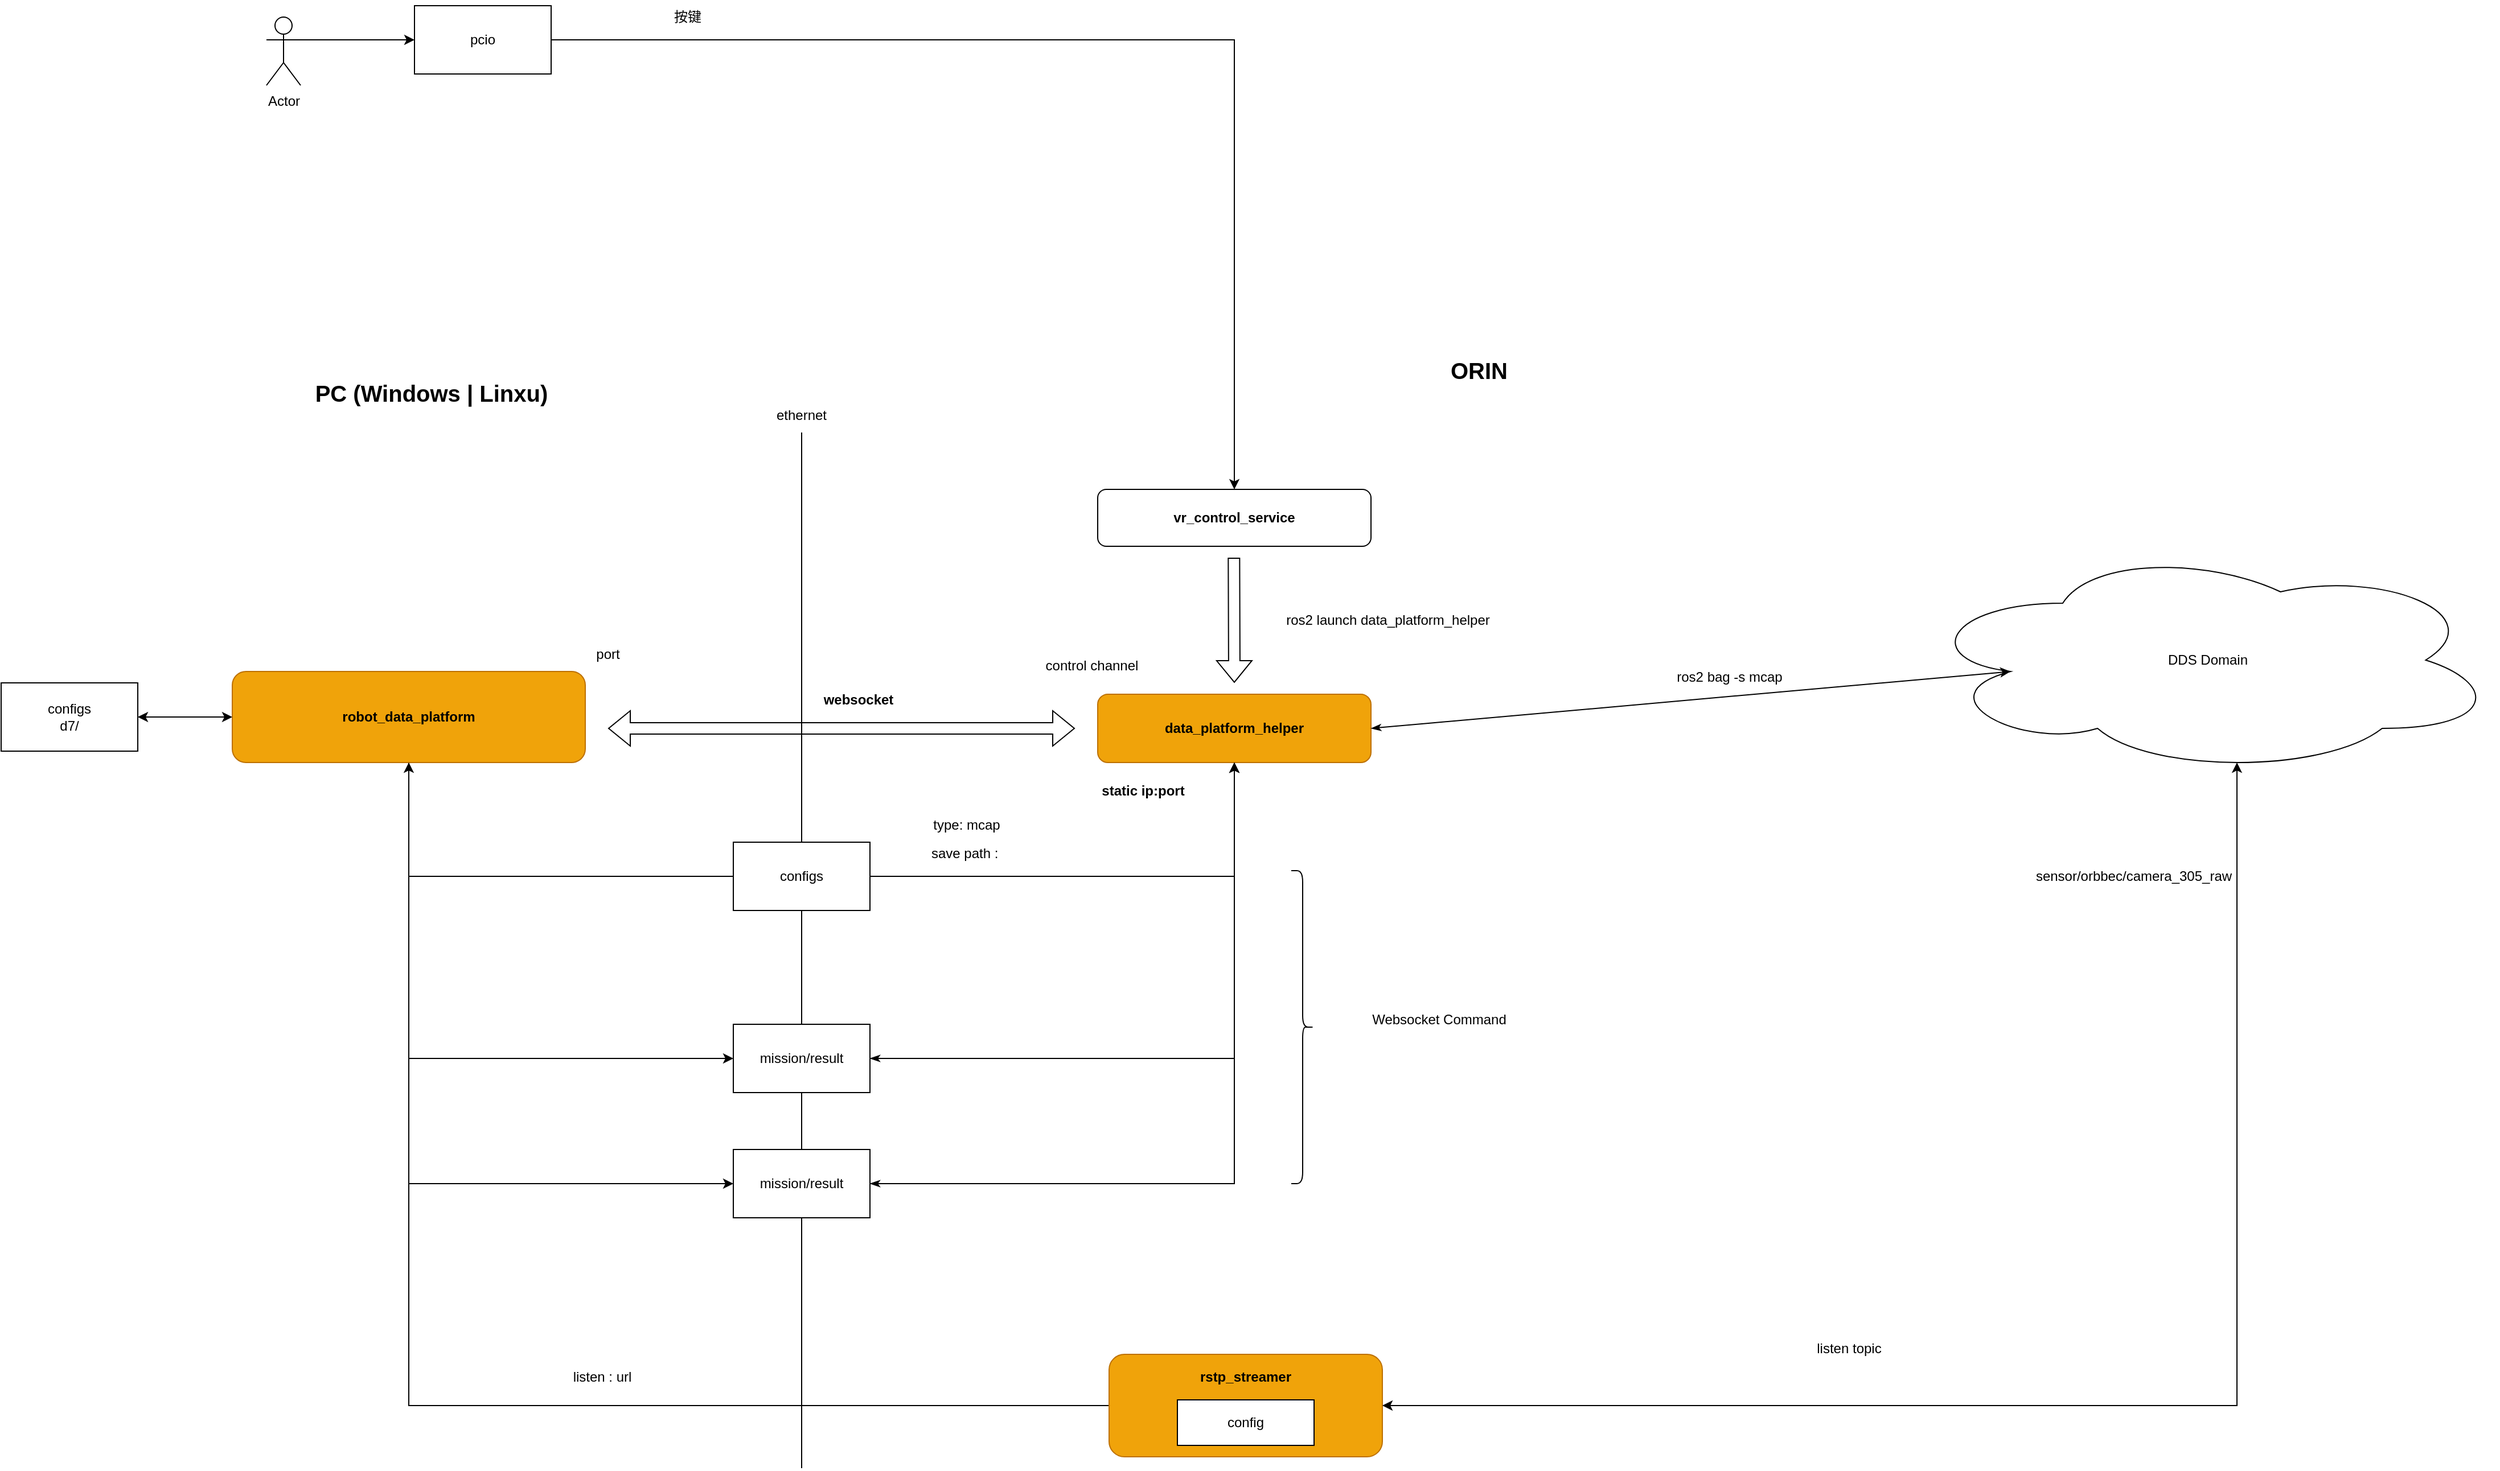
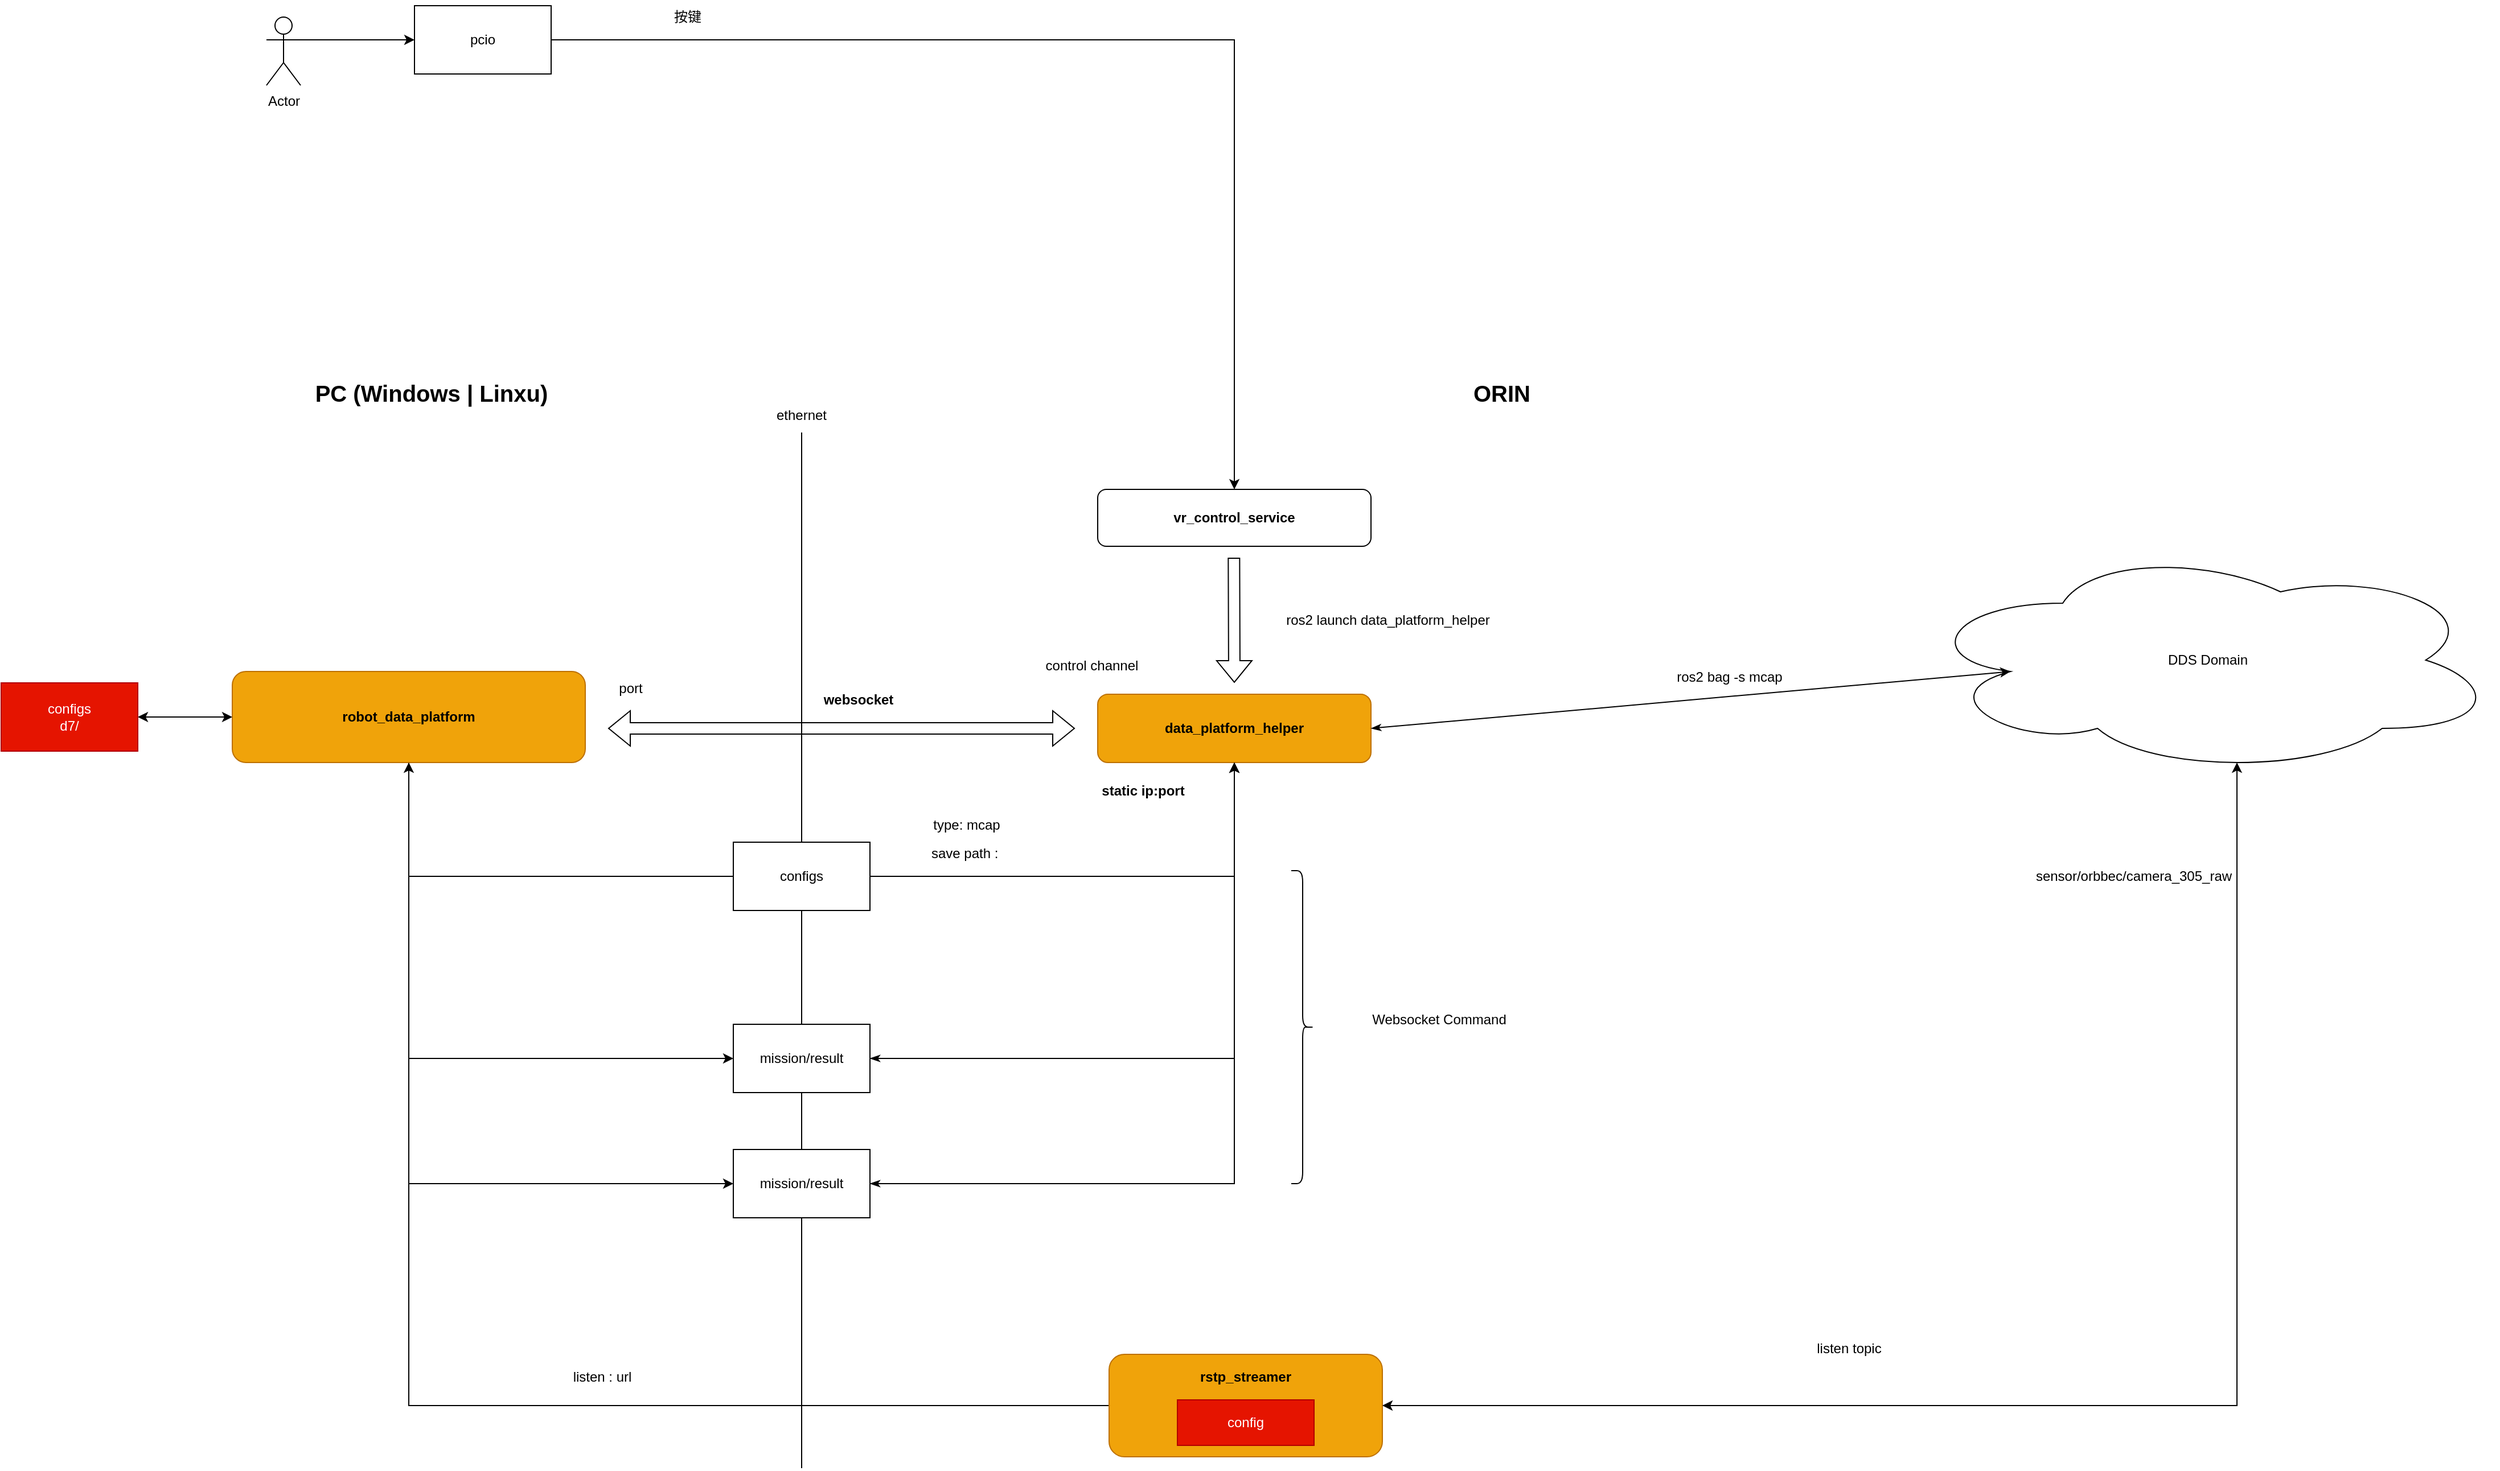
<mxfile host="app.diagrams.net" pages="3">
  <diagram name="第 1 页" id="ybuJFLsuspTRZjUBc2Sj">
-     <mxGraphModel dx="2861" dy="2249" grid="1" gridSize="10" guides="1" tooltips="1" connect="1" arrows="1" fold="1" page="1" pageScale="1" pageWidth="827" pageHeight="1169" math="0" shadow="0">
+     <mxGraphModel dx="3151" dy="2403" grid="1" gridSize="10" guides="1" tooltips="1" connect="1" arrows="1" fold="1" page="1" pageScale="1" pageWidth="827" pageHeight="1169" math="0" shadow="0">
      <root>
        <mxCell id="0" />
        <mxCell id="1" parent="0" />
        <mxCell id="PG_7JgB4xY41xIrBQNpI-2" parent="1" style="text;html=1;whiteSpace=wrap;strokeColor=none;fillColor=none;align=center;verticalAlign=middle;rounded=0;fontStyle=1;fontSize=20;" value="ORIN" vertex="1">
-           <mxGeometry height="50" width="250" x="640" y="150" as="geometry" />
+           <mxGeometry height="50" width="250" x="660" y="170" as="geometry" />
        </mxCell>
        <mxCell id="PG_7JgB4xY41xIrBQNpI-3" edge="1" parent="1" source="PG_7JgB4xY41xIrBQNpI-25" style="endArrow=none;html=1;rounded=0;" value="">
          <mxGeometry height="50" relative="1" width="50" as="geometry">
            <mxPoint x="170" y="1140" as="sourcePoint" />
            <mxPoint x="170" y="230" as="targetPoint" />
          </mxGeometry>
        </mxCell>
        <mxCell id="PG_7JgB4xY41xIrBQNpI-4" parent="1" style="rounded=1;whiteSpace=wrap;html=1;fontStyle=1;fillColor=#f0a30a;fontColor=#000000;strokeColor=#BD7000;" value="data_platform_helper" vertex="1">
          <mxGeometry height="60" width="240" x="430" y="460" as="geometry" />
        </mxCell>
        <mxCell id="PG_7JgB4xY41xIrBQNpI-6" parent="1" style="rounded=1;whiteSpace=wrap;html=1;fontStyle=1" value="vr_control_service" vertex="1">
          <mxGeometry height="50" width="240" x="430" y="280" as="geometry" />
        </mxCell>
        <mxCell id="PG_7JgB4xY41xIrBQNpI-26" edge="1" parent="1" source="PG_7JgB4xY41xIrBQNpI-7" style="edgeStyle=orthogonalEdgeStyle;rounded=0;orthogonalLoop=1;jettySize=auto;html=1;exitX=0.5;exitY=1;exitDx=0;exitDy=0;entryX=0.5;entryY=1;entryDx=0;entryDy=0;" target="PG_7JgB4xY41xIrBQNpI-4">
          <mxGeometry relative="1" as="geometry">
            <Array as="points">
              <mxPoint x="-175" y="620" />
              <mxPoint x="550" y="620" />
            </Array>
            <mxPoint x="380" y="730" as="targetPoint" />
          </mxGeometry>
        </mxCell>
        <mxCell id="PG_7JgB4xY41xIrBQNpI-33" edge="1" parent="1" source="PG_7JgB4xY41xIrBQNpI-7" style="edgeStyle=orthogonalEdgeStyle;rounded=0;orthogonalLoop=1;jettySize=auto;html=1;exitX=0.5;exitY=1;exitDx=0;exitDy=0;entryX=0;entryY=0.5;entryDx=0;entryDy=0;" target="PG_7JgB4xY41xIrBQNpI-32">
          <mxGeometry relative="1" as="geometry" />
        </mxCell>
        <mxCell id="PG_7JgB4xY41xIrBQNpI-48" edge="1" parent="1" source="PG_7JgB4xY41xIrBQNpI-7" style="edgeStyle=orthogonalEdgeStyle;rounded=0;orthogonalLoop=1;jettySize=auto;html=1;exitX=0.5;exitY=1;exitDx=0;exitDy=0;entryX=0;entryY=0.5;entryDx=0;entryDy=0;" target="PG_7JgB4xY41xIrBQNpI-38">
          <mxGeometry relative="1" as="geometry" />
        </mxCell>
        <mxCell id="PG_7JgB4xY41xIrBQNpI-7" parent="1" style="rounded=1;whiteSpace=wrap;html=1;fontStyle=1;fillColor=#f0a30a;fontColor=#000000;strokeColor=#BD7000;" value="robot_data_platform" vertex="1">
          <mxGeometry height="80" width="310" x="-330" y="440" as="geometry" />
        </mxCell>
        <mxCell id="PG_7JgB4xY41xIrBQNpI-8" parent="1" style="text;html=1;whiteSpace=wrap;strokeColor=none;fillColor=none;align=center;verticalAlign=middle;rounded=0;fontStyle=1;fontSize=20;" value="PC (Windows | Linxu)" vertex="1">
          <mxGeometry height="50" width="250" x="-280" y="170" as="geometry" />
        </mxCell>
        <mxCell id="PG_7JgB4xY41xIrBQNpI-10" edge="1" parent="1" style="shape=flexArrow;endArrow=classic;startArrow=classic;html=1;rounded=0;" value="">
          <mxGeometry height="100" relative="1" width="100" as="geometry">
            <mxPoint y="490" as="sourcePoint" />
            <mxPoint x="410" y="490" as="targetPoint" />
          </mxGeometry>
        </mxCell>
        <mxCell id="PG_7JgB4xY41xIrBQNpI-12" edge="1" parent="1" style="shape=flexArrow;endArrow=classic;html=1;rounded=0;" value="">
          <mxGeometry height="50" relative="1" width="50" as="geometry">
            <mxPoint x="549.66" y="340" as="sourcePoint" />
            <mxPoint x="550" y="450" as="targetPoint" />
          </mxGeometry>
        </mxCell>
        <mxCell id="PG_7JgB4xY41xIrBQNpI-13" parent="1" style="text;html=1;whiteSpace=wrap;strokeColor=none;fillColor=none;align=center;verticalAlign=middle;rounded=0;fontStyle=1" value="websocket" vertex="1">
          <mxGeometry height="30" width="80" x="180" y="450" as="geometry" />
        </mxCell>
        <mxCell id="PG_7JgB4xY41xIrBQNpI-14" parent="1" style="text;html=1;whiteSpace=wrap;strokeColor=none;fillColor=none;align=center;verticalAlign=middle;rounded=0;" value="ethernet" vertex="1">
          <mxGeometry height="30" width="60" x="140" y="200" as="geometry" />
        </mxCell>
        <mxCell id="PG_7JgB4xY41xIrBQNpI-18" edge="1" parent="1" source="PG_7JgB4xY41xIrBQNpI-15" style="edgeStyle=orthogonalEdgeStyle;rounded=0;orthogonalLoop=1;jettySize=auto;html=1;exitX=1;exitY=0.3333333333333333;exitDx=0;exitDy=0;exitPerimeter=0;entryX=0;entryY=0.5;entryDx=0;entryDy=0;" target="PG_7JgB4xY41xIrBQNpI-16">
          <mxGeometry relative="1" as="geometry" />
        </mxCell>
        <mxCell id="PG_7JgB4xY41xIrBQNpI-15" parent="1" style="shape=umlActor;verticalLabelPosition=bottom;verticalAlign=top;html=1;outlineConnect=0;" value="Actor" vertex="1">
          <mxGeometry height="60" width="30" x="-300" y="-135" as="geometry" />
        </mxCell>
        <mxCell id="PG_7JgB4xY41xIrBQNpI-19" edge="1" parent="1" source="PG_7JgB4xY41xIrBQNpI-16" style="edgeStyle=orthogonalEdgeStyle;rounded=0;orthogonalLoop=1;jettySize=auto;html=1;exitX=1;exitY=0.5;exitDx=0;exitDy=0;entryX=0.5;entryY=0;entryDx=0;entryDy=0;" target="PG_7JgB4xY41xIrBQNpI-6">
          <mxGeometry relative="1" as="geometry" />
        </mxCell>
        <mxCell id="PG_7JgB4xY41xIrBQNpI-16" parent="1" style="whiteSpace=wrap;html=1;" value="pcio" vertex="1">
          <mxGeometry height="60" width="120" x="-170" y="-145" as="geometry" />
        </mxCell>
        <mxCell id="PG_7JgB4xY41xIrBQNpI-20" parent="1" style="text;html=1;whiteSpace=wrap;strokeColor=none;fillColor=none;align=center;verticalAlign=middle;rounded=0;" value="ros2 launch data_platform_helper" vertex="1">
          <mxGeometry height="30" width="230" x="570" y="380" as="geometry" />
        </mxCell>
        <mxCell id="PG_7JgB4xY41xIrBQNpI-21" parent="1" style="text;html=1;whiteSpace=wrap;strokeColor=none;fillColor=none;align=center;verticalAlign=middle;rounded=0;" value="control channel" vertex="1">
          <mxGeometry height="30" width="110" x="370" y="420" as="geometry" />
        </mxCell>
        <mxCell id="PG_7JgB4xY41xIrBQNpI-22" parent="1" style="text;html=1;whiteSpace=wrap;strokeColor=none;fillColor=none;align=center;verticalAlign=middle;rounded=0;" value="port" vertex="1">
-           <mxGeometry height="30" width="60" x="-30" y="410" as="geometry" />
+           <mxGeometry height="30" width="60" x="-10" y="440" as="geometry" />
        </mxCell>
        <mxCell id="PG_7JgB4xY41xIrBQNpI-23" parent="1" style="text;html=1;whiteSpace=wrap;strokeColor=none;fillColor=none;align=center;verticalAlign=middle;rounded=0;fontStyle=1" value="static ip:port" vertex="1">
          <mxGeometry height="30" width="100" x="420" y="530" as="geometry" />
        </mxCell>
        <mxCell id="PG_7JgB4xY41xIrBQNpI-29" parent="1" style="text;html=1;whiteSpace=wrap;strokeColor=none;fillColor=none;align=center;verticalAlign=middle;rounded=0;" value="listen topic" vertex="1">
          <mxGeometry height="50" width="200" x="990" y="1010" as="geometry" />
        </mxCell>
        <mxCell id="PG_7JgB4xY41xIrBQNpI-31" parent="1" style="ellipse;shape=cloud;whiteSpace=wrap;html=1;align=center;" value="DDS Domain" vertex="1">
          <mxGeometry height="200" width="510" x="1150" y="330" as="geometry" />
        </mxCell>
        <mxCell id="PG_7JgB4xY41xIrBQNpI-34" edge="1" parent="1" source="PG_7JgB4xY41xIrBQNpI-32" style="edgeStyle=orthogonalEdgeStyle;rounded=0;orthogonalLoop=1;jettySize=auto;html=1;exitX=1;exitY=0.5;exitDx=0;exitDy=0;entryX=0.5;entryY=1;entryDx=0;entryDy=0;startArrow=classicThin;startFill=1;" target="PG_7JgB4xY41xIrBQNpI-4">
          <mxGeometry relative="1" as="geometry" />
        </mxCell>
        <mxCell id="PG_7JgB4xY41xIrBQNpI-35" edge="1" parent="1" source="PG_7JgB4xY41xIrBQNpI-4" style="endArrow=classic;html=1;rounded=0;exitX=1;exitY=0.5;exitDx=0;exitDy=0;entryX=0.16;entryY=0.55;entryDx=0;entryDy=0;entryPerimeter=0;startArrow=classicThin;startFill=1;" target="PG_7JgB4xY41xIrBQNpI-31" value="">
          <mxGeometry height="50" relative="1" width="50" as="geometry">
            <mxPoint x="810" y="570" as="sourcePoint" />
            <mxPoint x="1326" y="490" as="targetPoint" />
          </mxGeometry>
        </mxCell>
        <mxCell id="PG_7JgB4xY41xIrBQNpI-36" parent="1" style="text;html=1;whiteSpace=wrap;strokeColor=none;fillColor=none;align=center;verticalAlign=middle;rounded=0;" value="ros2 bag -s mcap" vertex="1">
          <mxGeometry height="30" width="130" x="920" y="430" as="geometry" />
        </mxCell>
        <mxCell id="PG_7JgB4xY41xIrBQNpI-37" parent="1" style="text;html=1;whiteSpace=wrap;strokeColor=none;fillColor=none;align=center;verticalAlign=middle;rounded=0;" value="save path :&amp;nbsp;" vertex="1">
          <mxGeometry height="30" width="130" x="250" y="585" as="geometry" />
        </mxCell>
        <mxCell id="PG_7JgB4xY41xIrBQNpI-40" edge="1" parent="1" source="PG_7JgB4xY41xIrBQNpI-39" style="edgeStyle=orthogonalEdgeStyle;rounded=0;orthogonalLoop=1;jettySize=auto;html=1;startArrow=classic;startFill=1;" target="PG_7JgB4xY41xIrBQNpI-7" value="">
          <mxGeometry relative="1" as="geometry" />
        </mxCell>
-         <mxCell id="PG_7JgB4xY41xIrBQNpI-39" parent="1" style="whiteSpace=wrap;html=1;" value="configs&lt;br&gt;d7/" vertex="1">
+         <mxCell id="PG_7JgB4xY41xIrBQNpI-39" parent="1" style="whiteSpace=wrap;html=1;fillColor=#e51400;fontColor=#ffffff;strokeColor=#B20000;" value="configs&lt;br&gt;d7/" vertex="1">
          <mxGeometry height="60" width="120" x="-533" y="450" as="geometry" />
        </mxCell>
        <mxCell id="PG_7JgB4xY41xIrBQNpI-41" edge="1" parent="1" style="endArrow=none;html=1;rounded=0;" target="PG_7JgB4xY41xIrBQNpI-25" value="">
          <mxGeometry height="50" relative="1" width="50" as="geometry">
            <mxPoint x="170" y="1140" as="sourcePoint" />
            <mxPoint x="170" y="230" as="targetPoint" />
          </mxGeometry>
        </mxCell>
        <mxCell id="PG_7JgB4xY41xIrBQNpI-25" parent="1" style="whiteSpace=wrap;html=1;" value="configs" vertex="1">
          <mxGeometry height="60" width="120" x="110" y="590" as="geometry" />
        </mxCell>
        <mxCell id="PG_7JgB4xY41xIrBQNpI-32" parent="1" style="rounded=0;whiteSpace=wrap;html=1;" value="mission/result" vertex="1">
          <mxGeometry height="60" width="120" x="110" y="750" as="geometry" />
        </mxCell>
        <mxCell id="PG_7JgB4xY41xIrBQNpI-49" edge="1" parent="1" source="PG_7JgB4xY41xIrBQNpI-38" style="edgeStyle=orthogonalEdgeStyle;rounded=0;orthogonalLoop=1;jettySize=auto;html=1;exitX=1;exitY=0.5;exitDx=0;exitDy=0;entryX=0.5;entryY=1;entryDx=0;entryDy=0;startArrow=classicThin;startFill=1;" target="PG_7JgB4xY41xIrBQNpI-4">
          <mxGeometry relative="1" as="geometry" />
        </mxCell>
        <mxCell id="PG_7JgB4xY41xIrBQNpI-38" parent="1" style="rounded=0;whiteSpace=wrap;html=1;" value="mission/result" vertex="1">
          <mxGeometry height="60" width="120" x="110" y="860" as="geometry" />
        </mxCell>
        <mxCell id="PG_7JgB4xY41xIrBQNpI-42" parent="1" style="text;html=1;whiteSpace=wrap;strokeColor=none;fillColor=none;align=center;verticalAlign=middle;rounded=0;" value="按键" vertex="1">
          <mxGeometry height="30" width="60" x="40" y="-150" as="geometry" />
        </mxCell>
        <mxCell id="PG_7JgB4xY41xIrBQNpI-44" edge="1" parent="1" source="PG_7JgB4xY41xIrBQNpI-43" style="edgeStyle=orthogonalEdgeStyle;rounded=0;orthogonalLoop=1;jettySize=auto;html=1;exitX=0;exitY=0.5;exitDx=0;exitDy=0;entryX=0.5;entryY=1;entryDx=0;entryDy=0;strokeColor=light-dark(#000000,#FF0D0D);" target="PG_7JgB4xY41xIrBQNpI-7">
          <mxGeometry relative="1" as="geometry" />
        </mxCell>
        <mxCell id="PG_7JgB4xY41xIrBQNpI-43" parent="1" style="rounded=1;whiteSpace=wrap;html=1;fontStyle=1;fillColor=#f0a30a;fontColor=#000000;strokeColor=#BD7000;" value="" vertex="1">
          <mxGeometry height="90" width="240" x="440" y="1040" as="geometry" />
        </mxCell>
        <mxCell id="PG_7JgB4xY41xIrBQNpI-45" edge="1" parent="1" source="PG_7JgB4xY41xIrBQNpI-43" style="edgeStyle=orthogonalEdgeStyle;rounded=0;orthogonalLoop=1;jettySize=auto;html=1;exitX=1;exitY=0.5;exitDx=0;exitDy=0;entryX=0.55;entryY=0.95;entryDx=0;entryDy=0;entryPerimeter=0;startArrow=classic;startFill=1;strokeColor=light-dark(#000000,#FF0D0D);" target="PG_7JgB4xY41xIrBQNpI-31">
          <mxGeometry relative="1" as="geometry" />
        </mxCell>
        <mxCell id="PG_7JgB4xY41xIrBQNpI-53" parent="1" style="text;html=1;whiteSpace=wrap;strokeColor=none;fillColor=none;align=center;verticalAlign=middle;rounded=0;" value="type: mcap" vertex="1">
          <mxGeometry height="30" width="120" x="255" y="560" as="geometry" />
        </mxCell>
        <mxCell id="PG_7JgB4xY41xIrBQNpI-54" parent="1" style="text;html=1;whiteSpace=wrap;strokeColor=none;fillColor=none;align=center;verticalAlign=middle;rounded=0;" value="listen : url" vertex="1">
          <mxGeometry height="40" width="90" x="-50" y="1040" as="geometry" />
        </mxCell>
        <mxCell id="PG_7JgB4xY41xIrBQNpI-55" parent="1" style="text;html=1;whiteSpace=wrap;strokeColor=none;fillColor=none;align=center;verticalAlign=middle;rounded=0;" value="sensor/orbbec/camera_305_raw" vertex="1">
          <mxGeometry height="40" width="180" x="1250" y="600" as="geometry" />
        </mxCell>
-         <mxCell id="PG_7JgB4xY41xIrBQNpI-56" parent="1" style="whiteSpace=wrap;html=1;" value="config" vertex="1">
+         <mxCell id="PG_7JgB4xY41xIrBQNpI-56" parent="1" style="whiteSpace=wrap;html=1;fillColor=#e51400;strokeColor=#B20000;fontColor=#ffffff;" value="config" vertex="1">
          <mxGeometry height="40" width="120" x="500" y="1080" as="geometry" />
        </mxCell>
        <mxCell id="PG_7JgB4xY41xIrBQNpI-60" parent="1" style="text;html=1;whiteSpace=wrap;strokeColor=none;fillColor=none;align=center;verticalAlign=middle;rounded=0;fontStyle=1" value="rstp_streamer" vertex="1">
          <mxGeometry height="40" width="130" x="495" y="1040" as="geometry" />
        </mxCell>
        <mxCell id="PG_7JgB4xY41xIrBQNpI-62" parent="1" style="shape=curlyBracket;whiteSpace=wrap;html=1;rounded=1;flipH=1;labelPosition=right;verticalLabelPosition=middle;align=left;verticalAlign=middle;legacyAnchorPoints=0;" value="" vertex="1">
          <mxGeometry height="275" width="20" x="600" y="615" as="geometry" />
        </mxCell>
        <mxCell id="PG_7JgB4xY41xIrBQNpI-63" parent="1" style="text;html=1;whiteSpace=wrap;strokeColor=none;fillColor=none;align=center;verticalAlign=middle;rounded=0;" value="Websocket Command&lt;div&gt;&lt;br/&gt;&lt;/div&gt;" vertex="1">
          <mxGeometry height="100" width="210" x="625" y="702.5" as="geometry" />
        </mxCell>
      </root>
    </mxGraphModel>
  </diagram>
  <diagram id="C2RJiwCUZVhcvyhSZs5A" name="第 3 页">
    <mxGraphModel dx="1627" dy="864" grid="1" gridSize="10" guides="1" tooltips="1" connect="1" arrows="1" fold="1" page="1" pageScale="1" pageWidth="827" pageHeight="1169" math="0" shadow="0">
      <root>
        <mxCell id="0" />
        <mxCell id="1" parent="0" />
        <mxCell id="j8dts64Tx0EwtBQiD4Xl-1" parent="1" style="rounded=1;whiteSpace=wrap;html=1;fontStyle=0;fillColor=#f0a30a;fontColor=#000000;strokeColor=#BD7000;" value="robot_data_platform" vertex="1">
          <mxGeometry height="80" width="680" x="90" y="200" as="geometry" />
        </mxCell>
        <mxCell id="j8dts64Tx0EwtBQiD4Xl-2" parent="1" style="rounded=1;whiteSpace=wrap;html=1;fontStyle=0" value="UI" vertex="1">
          <mxGeometry height="550" width="120" x="90" y="300" as="geometry" />
        </mxCell>
        <mxCell id="j8dts64Tx0EwtBQiD4Xl-3" parent="1" style="rounded=1;whiteSpace=wrap;html=1;fontStyle=0" value="数据采集" vertex="1">
          <mxGeometry height="120" width="360" x="250" y="300" as="geometry" />
        </mxCell>
        <mxCell id="j8dts64Tx0EwtBQiD4Xl-4" parent="1" style="rounded=1;whiteSpace=wrap;html=1;fontStyle=0;fillColor=#f8cecc;strokeColor=#b85450;" value="数据预览&lt;div&gt;url&lt;/div&gt;" vertex="1">
          <mxGeometry height="120" width="360" x="250" y="440" as="geometry" />
        </mxCell>
        <mxCell id="j8dts64Tx0EwtBQiD4Xl-5" parent="1" style="rounded=1;whiteSpace=wrap;html=1;fontStyle=0" value="WebSocket" vertex="1">
          <mxGeometry height="550" width="120" x="650" y="300" as="geometry" />
        </mxCell>
        <mxCell id="j8dts64Tx0EwtBQiD4Xl-6" parent="1" style="text;html=1;whiteSpace=wrap;strokeColor=none;fillColor=none;align=center;verticalAlign=middle;rounded=0;fontStyle=0" value="html" vertex="1">
          <mxGeometry height="50" width="60" x="120" y="800" as="geometry" />
        </mxCell>
        <mxCell id="j8dts64Tx0EwtBQiD4Xl-7" parent="1" style="rounded=1;whiteSpace=wrap;html=1;fontStyle=0" value="数据回放" vertex="1">
          <mxGeometry height="120" width="360" x="250" y="720" as="geometry" />
        </mxCell>
        <mxCell id="j8dts64Tx0EwtBQiD4Xl-8" parent="1" style="text;html=1;whiteSpace=wrap;strokeColor=none;fillColor=none;align=center;verticalAlign=middle;rounded=0;fontStyle=0" value="&lt;font style=&quot;font-size: 26px;&quot;&gt;...&lt;/font&gt;" vertex="1">
          <mxGeometry height="60" width="110" x="374" y="610" as="geometry" />
        </mxCell>
+         <mxCell id="j8dts64Tx0EwtBQiD4Xl-10" parent="1" style="text;html=1;whiteSpace=wrap;strokeColor=none;fillColor=none;align=center;verticalAlign=middle;rounded=0;" value="third_party : websocket&lt;div&gt;选择编译器: msvc, mingw64, clang&lt;br&gt;&lt;br&gt;编译时, 需要根据系统类型,选择对应的库&lt;/div&gt;" vertex="1">
+           <mxGeometry height="80" width="320" x="550" y="890" as="geometry" />
+         </mxCell>
      </root>
    </mxGraphModel>
  </diagram>
  <diagram id="ERyvKfnW-TPwMhuBreaX" name="第 2 页">
-     <mxGraphModel dx="1122" dy="596" grid="1" gridSize="10" guides="1" tooltips="1" connect="1" arrows="1" fold="1" page="1" pageScale="1" pageWidth="827" pageHeight="1169" math="0" shadow="0">
+     <mxGraphModel dx="1914" dy="1016" grid="1" gridSize="10" guides="1" tooltips="1" connect="1" arrows="1" fold="1" page="1" pageScale="1" pageWidth="827" pageHeight="1169" math="0" shadow="0">
      <root>
        <mxCell id="0" />
        <mxCell id="1" parent="0" />
-         <mxCell id="Lt_kapkQ0GCsb_hZqIK--1" parent="1" style="rounded=1;whiteSpace=wrap;html=1;" value="" vertex="1">
-           <mxGeometry height="60" width="120" x="40" y="280" as="geometry" />
+         <mxCell id="NmLRNJMx1JGBUZRl9U11-1" parent="1" style="text;html=1;whiteSpace=wrap;strokeColor=none;fillColor=none;align=center;verticalAlign=middle;rounded=0;fontStyle=1;fontSize=20;" value="ORIN" vertex="1">
+           <mxGeometry height="50" width="250" x="1513" y="840" as="geometry" />
+         </mxCell>
+         <mxCell id="NmLRNJMx1JGBUZRl9U11-2" edge="1" parent="1" source="NmLRNJMx1JGBUZRl9U11-31" style="endArrow=none;html=1;rounded=0;" value="">
+           <mxGeometry height="50" relative="1" width="50" as="geometry">
+             <mxPoint x="1023" y="1810" as="sourcePoint" />
+             <mxPoint x="1023" y="900" as="targetPoint" />
+           </mxGeometry>
+         </mxCell>
+         <mxCell id="NmLRNJMx1JGBUZRl9U11-3" parent="1" style="rounded=1;whiteSpace=wrap;html=1;fontStyle=1;fillColor=#f0a30a;fontColor=#000000;strokeColor=#BD7000;" value="data_platform_helper" vertex="1">
+           <mxGeometry height="60" width="240" x="1283" y="1130" as="geometry" />
+         </mxCell>
+         <mxCell id="NmLRNJMx1JGBUZRl9U11-4" parent="1" style="rounded=1;whiteSpace=wrap;html=1;fontStyle=1" value="vr_control_service" vertex="1">
+           <mxGeometry height="50" width="240" x="1283" y="950" as="geometry" />
+         </mxCell>
+         <mxCell id="NmLRNJMx1JGBUZRl9U11-8" parent="1" style="rounded=1;whiteSpace=wrap;html=1;fontStyle=1;fillColor=#f0a30a;fontColor=#000000;strokeColor=#BD7000;" value="robot_data_platform" vertex="1">
+           <mxGeometry height="90" width="507" x="220" y="960" as="geometry" />
+         </mxCell>
+         <mxCell id="NmLRNJMx1JGBUZRl9U11-9" parent="1" style="text;html=1;whiteSpace=wrap;strokeColor=none;fillColor=none;align=center;verticalAlign=middle;rounded=0;fontStyle=1;fontSize=20;" value="PC (Windows | Linxu)" vertex="1">
+           <mxGeometry height="50" width="250" x="370" y="830" as="geometry" />
+         </mxCell>
+         <mxCell id="NmLRNJMx1JGBUZRl9U11-10" edge="1" parent="1" style="shape=flexArrow;endArrow=classic;startArrow=classic;html=1;rounded=0;" value="">
+           <mxGeometry height="100" relative="1" width="100" as="geometry">
+             <mxPoint x="853" y="1160" as="sourcePoint" />
+             <mxPoint x="1263" y="1160" as="targetPoint" />
+           </mxGeometry>
+         </mxCell>
+         <mxCell id="NmLRNJMx1JGBUZRl9U11-11" edge="1" parent="1" style="shape=flexArrow;endArrow=classic;html=1;rounded=0;" value="">
+           <mxGeometry height="50" relative="1" width="50" as="geometry">
+             <mxPoint x="1402.6599999999999" y="1010" as="sourcePoint" />
+             <mxPoint x="1403" y="1120" as="targetPoint" />
+           </mxGeometry>
+         </mxCell>
+         <mxCell id="NmLRNJMx1JGBUZRl9U11-12" parent="1" style="text;html=1;whiteSpace=wrap;strokeColor=none;fillColor=none;align=center;verticalAlign=middle;rounded=0;fontStyle=1" value="websocket" vertex="1">
+           <mxGeometry height="30" width="80" x="1033" y="1120" as="geometry" />
+         </mxCell>
+         <mxCell id="NmLRNJMx1JGBUZRl9U11-18" parent="1" style="text;html=1;whiteSpace=wrap;strokeColor=none;fillColor=none;align=center;verticalAlign=middle;rounded=0;" value="ros2 launch data_platform_helper" vertex="1">
+           <mxGeometry height="30" width="230" x="1423" y="1050" as="geometry" />
+         </mxCell>
+         <mxCell id="NmLRNJMx1JGBUZRl9U11-19" parent="1" style="text;html=1;whiteSpace=wrap;strokeColor=none;fillColor=none;align=center;verticalAlign=middle;rounded=0;" value="control channel" vertex="1">
+           <mxGeometry height="30" width="110" x="1223" y="1090" as="geometry" />
+         </mxCell>
+         <mxCell id="NmLRNJMx1JGBUZRl9U11-20" parent="1" style="text;html=1;whiteSpace=wrap;strokeColor=none;fillColor=none;align=center;verticalAlign=middle;rounded=0;" value="port" vertex="1">
+           <mxGeometry height="30" width="60" x="843" y="1110" as="geometry" />
+         </mxCell>
+         <mxCell id="NmLRNJMx1JGBUZRl9U11-21" parent="1" style="text;html=1;whiteSpace=wrap;strokeColor=none;fillColor=none;align=center;verticalAlign=middle;rounded=0;fontStyle=1" value="static ip:port" vertex="1">
+           <mxGeometry height="30" width="100" x="1273" y="1200" as="geometry" />
+         </mxCell>
+         <mxCell id="NmLRNJMx1JGBUZRl9U11-22" parent="1" style="text;html=1;whiteSpace=wrap;strokeColor=none;fillColor=none;align=center;verticalAlign=middle;rounded=0;" value="listen topic" vertex="1">
+           <mxGeometry height="50" width="200" x="1843" y="1680" as="geometry" />
+         </mxCell>
+         <mxCell id="NmLRNJMx1JGBUZRl9U11-23" parent="1" style="ellipse;shape=cloud;whiteSpace=wrap;html=1;align=center;" value="DDS Domain" vertex="1">
+           <mxGeometry height="200" width="510" x="2003" y="1000" as="geometry" />
+         </mxCell>
+         <mxCell id="NmLRNJMx1JGBUZRl9U11-25" edge="1" parent="1" source="NmLRNJMx1JGBUZRl9U11-3" style="endArrow=classic;html=1;rounded=0;exitX=1;exitY=0.5;exitDx=0;exitDy=0;entryX=0.16;entryY=0.55;entryDx=0;entryDy=0;entryPerimeter=0;startArrow=classicThin;startFill=1;" target="NmLRNJMx1JGBUZRl9U11-23" value="">
+           <mxGeometry height="50" relative="1" width="50" as="geometry">
+             <mxPoint x="1663" y="1240" as="sourcePoint" />
+             <mxPoint x="2179" y="1160" as="targetPoint" />
+           </mxGeometry>
+         </mxCell>
+         <mxCell id="NmLRNJMx1JGBUZRl9U11-26" parent="1" style="text;html=1;whiteSpace=wrap;strokeColor=none;fillColor=none;align=center;verticalAlign=middle;rounded=0;" value="ros2 bag -s mcap" vertex="1">
+           <mxGeometry height="30" width="130" x="1773" y="1100" as="geometry" />
+         </mxCell>
+         <mxCell id="NmLRNJMx1JGBUZRl9U11-27" parent="1" style="text;html=1;whiteSpace=wrap;strokeColor=none;fillColor=none;align=center;verticalAlign=middle;rounded=0;" value="save path :&amp;nbsp;" vertex="1">
+           <mxGeometry height="30" width="130" x="1103" y="1255" as="geometry" />
+         </mxCell>
+         <mxCell id="NmLRNJMx1JGBUZRl9U11-30" edge="1" parent="1" style="endArrow=none;html=1;rounded=0;" target="NmLRNJMx1JGBUZRl9U11-31" value="">
+           <mxGeometry height="50" relative="1" width="50" as="geometry">
+             <mxPoint x="1023" y="1810" as="sourcePoint" />
+             <mxPoint x="1023" y="900" as="targetPoint" />
+           </mxGeometry>
+         </mxCell>
+         <mxCell id="NmLRNJMx1JGBUZRl9U11-31" parent="1" style="whiteSpace=wrap;html=1;" value="configs" vertex="1">
+           <mxGeometry height="60" width="120" x="963" y="1260" as="geometry" />
+         </mxCell>
+         <mxCell id="NmLRNJMx1JGBUZRl9U11-32" parent="1" style="rounded=0;whiteSpace=wrap;html=1;" value="mission/result" vertex="1">
+           <mxGeometry height="60" width="120" x="963" y="1420" as="geometry" />
+         </mxCell>
+         <mxCell id="NmLRNJMx1JGBUZRl9U11-34" parent="1" style="rounded=0;whiteSpace=wrap;html=1;" value="mission/result" vertex="1">
+           <mxGeometry height="60" width="120" x="963" y="1530" as="geometry" />
+         </mxCell>
+         <mxCell id="NmLRNJMx1JGBUZRl9U11-37" parent="1" style="rounded=1;whiteSpace=wrap;html=1;fontStyle=1;fillColor=#f0a30a;fontColor=#000000;strokeColor=#BD7000;" value="" vertex="1">
+           <mxGeometry height="90" width="240" x="1293" y="1710" as="geometry" />
+         </mxCell>
+         <mxCell id="NmLRNJMx1JGBUZRl9U11-38" edge="1" parent="1" source="NmLRNJMx1JGBUZRl9U11-37" style="edgeStyle=orthogonalEdgeStyle;rounded=0;orthogonalLoop=1;jettySize=auto;html=1;exitX=1;exitY=0.5;exitDx=0;exitDy=0;entryX=0.55;entryY=0.95;entryDx=0;entryDy=0;entryPerimeter=0;startArrow=classic;startFill=1;strokeColor=light-dark(#000000,#FF0D0D);" target="NmLRNJMx1JGBUZRl9U11-23">
+           <mxGeometry relative="1" as="geometry" />
+         </mxCell>
+         <mxCell id="NmLRNJMx1JGBUZRl9U11-39" parent="1" style="text;html=1;whiteSpace=wrap;strokeColor=none;fillColor=none;align=center;verticalAlign=middle;rounded=0;" value="type: mcap" vertex="1">
+           <mxGeometry height="30" width="120" x="1108" y="1230" as="geometry" />
+         </mxCell>
+         <mxCell id="NmLRNJMx1JGBUZRl9U11-40" parent="1" style="text;html=1;whiteSpace=wrap;strokeColor=none;fillColor=none;align=center;verticalAlign=middle;rounded=0;" value="listen : url" vertex="1">
+           <mxGeometry height="40" width="90" x="803" y="1710" as="geometry" />
+         </mxCell>
+         <mxCell id="NmLRNJMx1JGBUZRl9U11-41" parent="1" style="text;html=1;whiteSpace=wrap;strokeColor=none;fillColor=none;align=center;verticalAlign=middle;rounded=0;" value="sensor/orbbec/camera_305_raw" vertex="1">
+           <mxGeometry height="40" width="180" x="2103" y="1270" as="geometry" />
+         </mxCell>
+         <mxCell id="NmLRNJMx1JGBUZRl9U11-42" parent="1" style="whiteSpace=wrap;html=1;fillColor=#e51400;strokeColor=#B20000;fontColor=#ffffff;" value="config" vertex="1">
+           <mxGeometry height="40" width="120" x="1353" y="1750" as="geometry" />
+         </mxCell>
+         <mxCell id="NmLRNJMx1JGBUZRl9U11-43" parent="1" style="text;html=1;whiteSpace=wrap;strokeColor=none;fillColor=none;align=center;verticalAlign=middle;rounded=0;fontStyle=1" value="rstp_streamer" vertex="1">
+           <mxGeometry height="40" width="130" x="1348" y="1710" as="geometry" />
+         </mxCell>
+         <mxCell id="NmLRNJMx1JGBUZRl9U11-44" parent="1" style="shape=curlyBracket;whiteSpace=wrap;html=1;rounded=1;flipH=1;labelPosition=right;verticalLabelPosition=middle;align=left;verticalAlign=middle;legacyAnchorPoints=0;" value="" vertex="1">
+           <mxGeometry height="275" width="20" x="1453" y="1285" as="geometry" />
+         </mxCell>
+         <mxCell id="NmLRNJMx1JGBUZRl9U11-45" parent="1" style="text;html=1;whiteSpace=wrap;strokeColor=none;fillColor=none;align=center;verticalAlign=middle;rounded=0;" value="Websocket Command&lt;div&gt;&lt;br/&gt;&lt;/div&gt;" vertex="1">
+           <mxGeometry height="100" width="210" x="1478" y="1372.5" as="geometry" />
+         </mxCell>
+         <mxCell id="TQEzzxjfaQ6LxeBbg4gr-1" parent="1" style="rounded=1;whiteSpace=wrap;html=1;" value="Configs" vertex="1">
+           <mxGeometry height="60" width="390" x="330" y="1060" as="geometry" />
        </mxCell>
      </root>
    </mxGraphModel>
  </diagram>
</mxfile>
